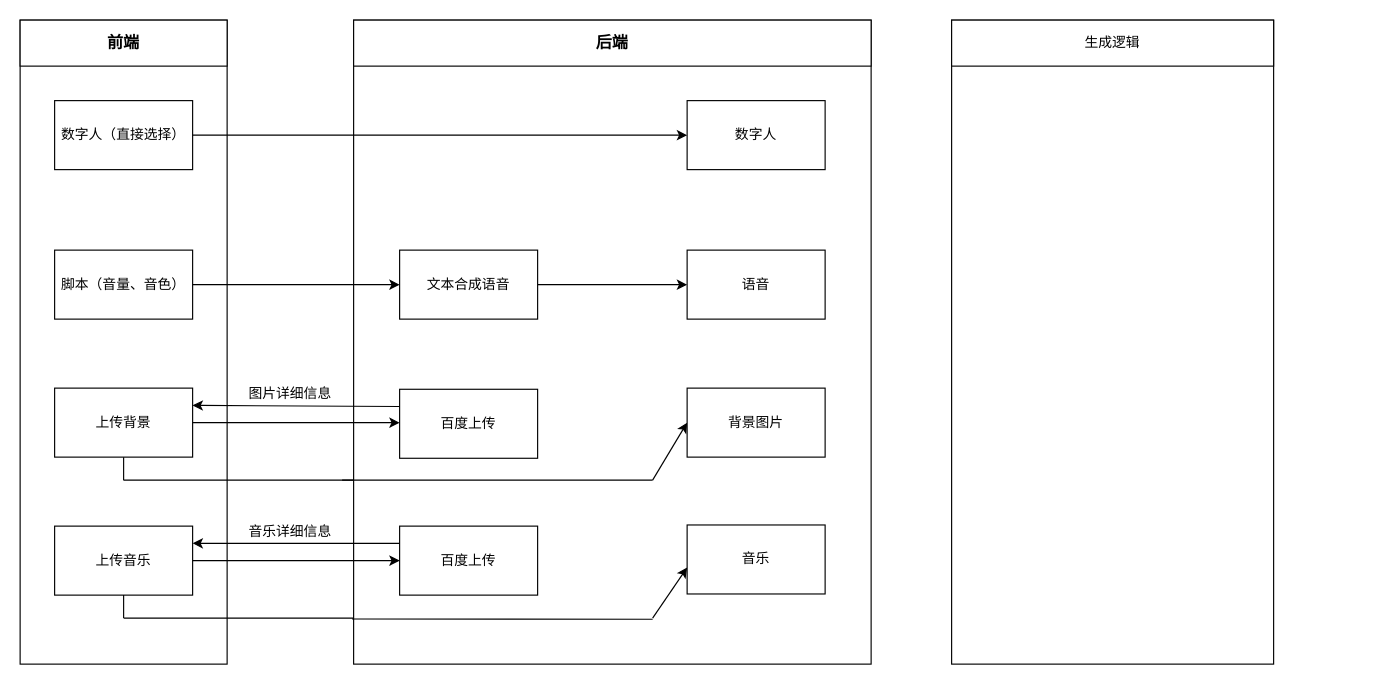
xccsoftware/bootStrap keeps this draw.io diagram as 数字人逻辑图.drawio. Above is the earlier version. Source tidied: cells renumbered, new cells numbered last; positions are measured from the earlier drawing's top-left corner, leaving out a move shared by most shapes. Both pictures are drawn from the tidied source at 115%, with x=0, y=0 at pixel (20, 20).
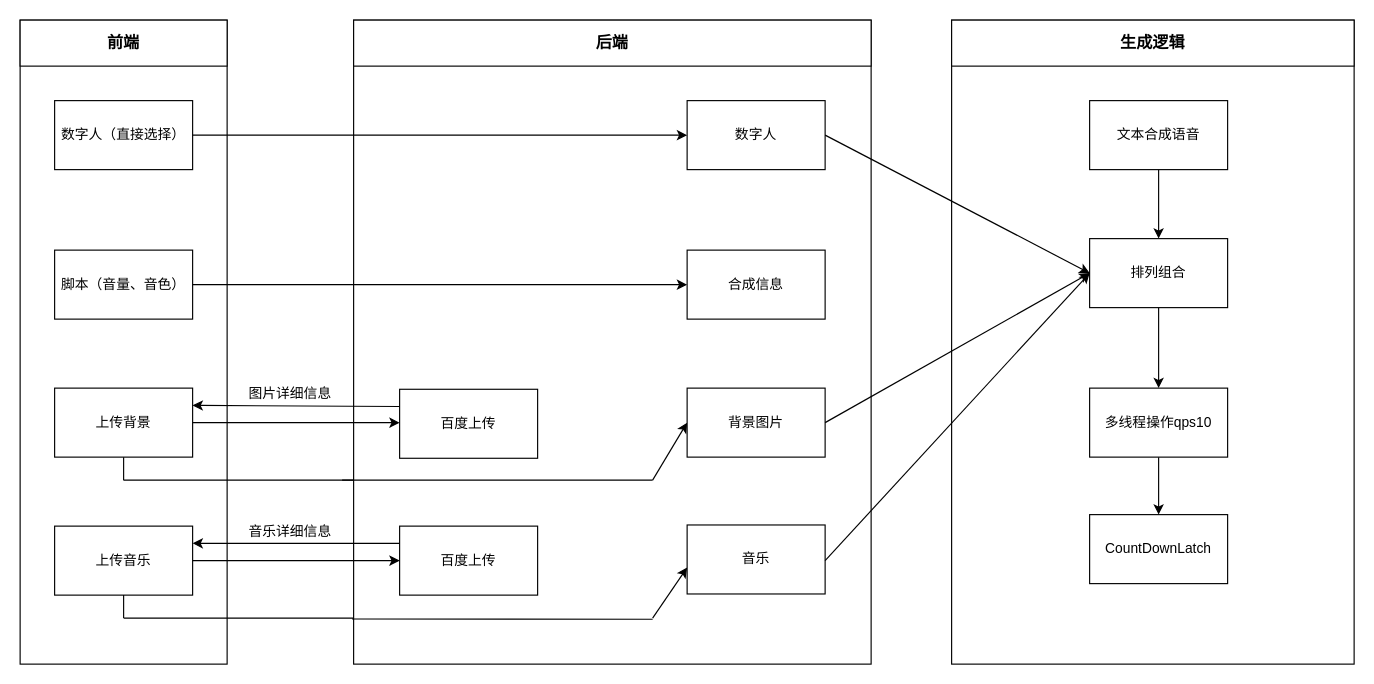
After the change.

Commit message:
更新数字人逻辑图.drawio

Change to the diagram source:
```diff
@@
-    <mxCell id="12" style="edgeStyle=orthogonalEdgeStyle;rounded=0;jettySize=auto;html=1;entryX=0;entryY=0.5;entryDx=0;entryDy=0;" parent="1" edge="1" source="13" target="23">
-      <mxGeometry relative="1" as="geometry" />
-    </mxCell>
-    <mxCell id="13" value="文本合成语音" style="rounded=0;whiteSpace=wrap;html=1;" parent="1" vertex="1">
-      <mxGeometry x="330" y="200" width="120" height="60" as="geometry" />
+    <mxCell id="13" value="合成信息" style="rounded=0;whiteSpace=wrap;html=1;" parent="1" vertex="1">
+      <mxGeometry x="580" y="200" width="120" height="60" as="geometry" />
     </mxCell>
@@
-    <mxCell id="23" value="语音" style="rounded=0;whiteSpace=wrap;html=1;" parent="1" vertex="1">
-      <mxGeometry x="580" y="200" width="120" height="60" as="geometry" />
-    </mxCell>
@@
     <mxCell id="34" style="rounded=0;whiteSpace=wrap;html=1;" parent="1" vertex="1">
-      <mxGeometry x="810" width="280" height="560" as="geometry" />
+      <mxGeometry x="810" width="350" height="560" as="geometry" />
     </mxCell>
-    <mxCell id="35" value="生成逻辑" style="rounded=0;whiteSpace=wrap;html=1;" parent="1" vertex="1">
-      <mxGeometry x="810" width="280" height="40" as="geometry" />
+    <mxCell id="35" value="&lt;b&gt;&lt;font style=&quot;font-size: 14px;&quot;&gt;生成逻辑&lt;/font&gt;&lt;/b&gt;" style="rounded=0;whiteSpace=wrap;html=1;" parent="1" vertex="1">
+      <mxGeometry x="810" width="350" height="40" as="geometry" />
     </mxCell>
+    <mxCell id="36" style="edgeStyle=orthogonalEdgeStyle;rounded=0;jettySize=auto;html=1;" parent="1" edge="1" source="37" target="39">
+      <mxGeometry relative="1" as="geometry" />
+    </mxCell>
+    <mxCell id="37" value="文本合成语音" style="rounded=0;whiteSpace=wrap;html=1;" parent="1" vertex="1">
+      <mxGeometry x="930" y="70" width="120" height="60" as="geometry" />
+    </mxCell>
+    <mxCell id="38" style="edgeStyle=orthogonalEdgeStyle;rounded=0;jettySize=auto;html=1;" parent="1" edge="1" source="39" target="44">
+      <mxGeometry relative="1" as="geometry" />
+    </mxCell>
+    <mxCell id="39" value="排列组合" style="rounded=0;whiteSpace=wrap;html=1;" parent="1" vertex="1">
+      <mxGeometry x="930" y="190" width="120" height="60" as="geometry" />
+    </mxCell>
+    <mxCell id="40" style="endArrow=classic;html=1;rounded=0;entryX=0;entryY=0.5;entryDx=0;entryDy=0;" parent="1" edge="1" target="39">
+      <mxGeometry relative="1" as="geometry">
+        <mxPoint x="700" y="100" as="sourcePoint" />
+      </mxGeometry>
+    </mxCell>
+    <mxCell id="41" style="endArrow=classic;html=1;rounded=0;entryX=0;entryY=0.5;entryDx=0;entryDy=0;" parent="1" edge="1" target="39">
+      <mxGeometry relative="1" as="geometry">
+        <mxPoint x="700" y="350" as="sourcePoint" />
+      </mxGeometry>
+    </mxCell>
+    <mxCell id="42" style="endArrow=classic;html=1;rounded=0;" parent="1" edge="1">
+      <mxGeometry relative="1" as="geometry">
+        <mxPoint x="700" y="470" as="sourcePoint" />
+        <mxPoint x="930" y="220" as="targetPoint" />
+      </mxGeometry>
+    </mxCell>
+    <mxCell id="43" style="edgeStyle=orthogonalEdgeStyle;rounded=0;jettySize=auto;html=1;" parent="1" edge="1" source="44" target="45">
+      <mxGeometry relative="1" as="geometry" />
+    </mxCell>
+    <mxCell id="44" value="多线程操作qps10" style="rounded=0;whiteSpace=wrap;html=1;" parent="1" vertex="1">
+      <mxGeometry x="930" y="320" width="120" height="60" as="geometry" />
+    </mxCell>
+    <mxCell id="45" value="CountDownLatch" style="rounded=0;whiteSpace=wrap;html=1;" parent="1" vertex="1">
+      <mxGeometry x="930" y="430" width="120" height="60" as="geometry" />
+    </mxCell>
```
